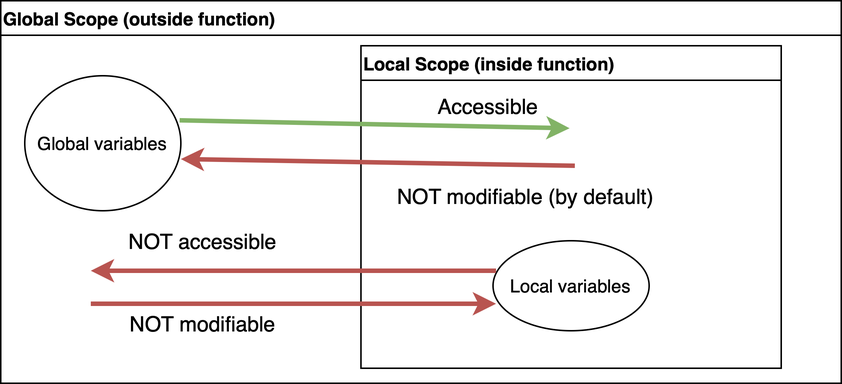
Above: slides/imgs/r_foundation/scope_fig.png in OUCRU-Modelling/R-cafe-materials (draw.io), before the change. Source tidied: cells renumbered, new cells last; positions are measured from the earlier drawing's top-left corner, leaving out a move shared by most shapes. Its diagram source:
```xml
<mxGraphModel>
  <root>
    <mxCell id="0" />
    <mxCell id="1" parent="0" />
    <mxCell id="2" value="Global Scope (outside function)" style="swimlane;whiteSpace=wrap;html=1;align=left;" parent="1" vertex="1">
      <mxGeometry width="560" height="255" as="geometry" />
    </mxCell>
    <mxCell id="3" value="Local Scope (inside function)" style="swimlane;whiteSpace=wrap;html=1;align=left;" parent="2" vertex="1">
      <mxGeometry x="240" y="30" width="280" height="215" as="geometry" />
    </mxCell>
    <mxCell id="4" value="Local variables" style="ellipse;whiteSpace=wrap;html=1;" parent="3" vertex="1">
      <mxGeometry x="88" y="130" width="104" height="60" as="geometry" />
    </mxCell>
    <mxCell id="5" style="rounded=0;jettySize=auto;html=1;fillColor=#d5e8d4;sourcePerimeterSpacing=0;strokeWidth=3;strokeColor=#82b366;exitX=0.992;exitY=0.33;exitDx=0;exitDy=0;exitPerimeter=0;" parent="3" edge="1" source="8">
      <mxGeometry relative="1" as="geometry">
        <mxPoint x="139" y="55" as="targetPoint" />
      </mxGeometry>
    </mxCell>
    <mxCell id="6" value="&lt;font style=&quot;font-size: 14px;&quot;&gt;Accessible&lt;/font&gt;" style="text;html=1;align=center;verticalAlign=middle;whiteSpace=wrap;rounded=0;" parent="3" vertex="1">
      <mxGeometry x="40" y="20" width="90" height="40" as="geometry" />
    </mxCell>
    <mxCell id="7" value="&lt;font style=&quot;font-size: 14px;&quot;&gt;NOT modifiable (by default)&lt;/font&gt;" style="text;html=1;align=center;verticalAlign=middle;whiteSpace=wrap;rounded=0;" parent="3" vertex="1">
      <mxGeometry x="10" y="80" width="200" height="40" as="geometry" />
    </mxCell>
    <mxCell id="8" value="Global variables" style="ellipse;whiteSpace=wrap;html=1;" parent="2" vertex="1">
      <mxGeometry x="16" y="50" width="104" height="90" as="geometry" />
    </mxCell>
    <mxCell id="9" style="rounded=0;orthogonalLoop=1;jettySize=auto;html=1;startArrow=classic;startFill=1;endArrow=none;endFill=0;strokeWidth=3;fillColor=#f8cecc;strokeColor=#b85450;exitX=0.976;exitY=0.617;exitDx=0;exitDy=0;exitPerimeter=0;" parent="2" edge="1">
      <mxGeometry relative="1" as="geometry">
        <mxPoint x="120" y="105.5" as="sourcePoint" />
        <mxPoint x="382.5" y="110" as="targetPoint" />
      </mxGeometry>
    </mxCell>
    <mxCell id="10" style="rounded=0;orthogonalLoop=1;jettySize=auto;html=1;startArrow=classic;startFill=1;endArrow=none;endFill=0;strokeWidth=3;fillColor=#f8cecc;strokeColor=#b85450;exitX=0.976;exitY=0.617;exitDx=0;exitDy=0;exitPerimeter=0;" parent="2" edge="1">
      <mxGeometry relative="1" as="geometry">
        <mxPoint x="60" y="180" as="sourcePoint" />
        <mxPoint x="330" y="180" as="targetPoint" />
      </mxGeometry>
    </mxCell>
    <mxCell id="11" value="&lt;font style=&quot;font-size: 14px;&quot;&gt;NOT accessible&lt;/font&gt;" style="text;html=1;align=center;verticalAlign=middle;whiteSpace=wrap;rounded=0;" parent="2" vertex="1">
      <mxGeometry x="30" y="140" width="210" height="40" as="geometry" />
    </mxCell>
    <mxCell id="12" value="&lt;font style=&quot;font-size: 14px;&quot;&gt;NOT modifiable&lt;/font&gt;" style="text;html=1;align=center;verticalAlign=middle;whiteSpace=wrap;rounded=0;" parent="2" vertex="1">
      <mxGeometry x="30" y="195" width="210" height="40" as="geometry" />
    </mxCell>
    <mxCell id="13" style="rounded=0;orthogonalLoop=1;jettySize=auto;html=1;startArrow=none;startFill=0;endArrow=classic;endFill=1;strokeWidth=3;fillColor=#f8cecc;strokeColor=#b85450;" parent="1" edge="1">
      <mxGeometry relative="1" as="geometry">
        <mxPoint x="60" y="202" as="sourcePoint" />
        <mxPoint x="330" y="202" as="targetPoint" />
      </mxGeometry>
    </mxCell>
  </root>
</mxGraphModel>
```
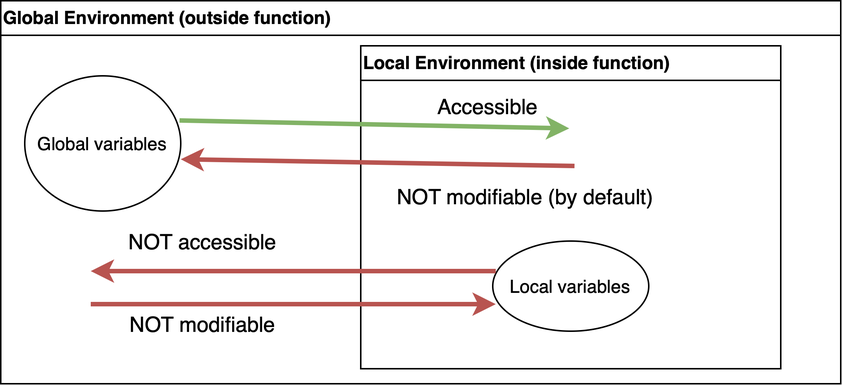
Above is the later version.

What changed in the source:
```diff
@@ -2,10 +2,10 @@
   <root>
     <mxCell id="0" />
     <mxCell id="1" parent="0" />
-    <mxCell id="2" value="Global Scope (outside function)" style="swimlane;whiteSpace=wrap;html=1;align=left;" parent="1" vertex="1">
+    <mxCell id="2" value="Global Environment (outside function)" style="swimlane;whiteSpace=wrap;html=1;align=left;" parent="1" vertex="1">
       <mxGeometry width="560" height="255" as="geometry" />
     </mxCell>
-    <mxCell id="3" value="Local Scope (inside function)" style="swimlane;whiteSpace=wrap;html=1;align=left;" parent="2" vertex="1">
+    <mxCell id="3" value="Local Environment (inside function)" style="swimlane;whiteSpace=wrap;html=1;align=left;" parent="2" vertex="1">
       <mxGeometry x="240" y="30" width="280" height="215" as="geometry" />
     </mxCell>
     <mxCell id="4" value="Local variables" style="ellipse;whiteSpace=wrap;html=1;" parent="3" vertex="1">
```
